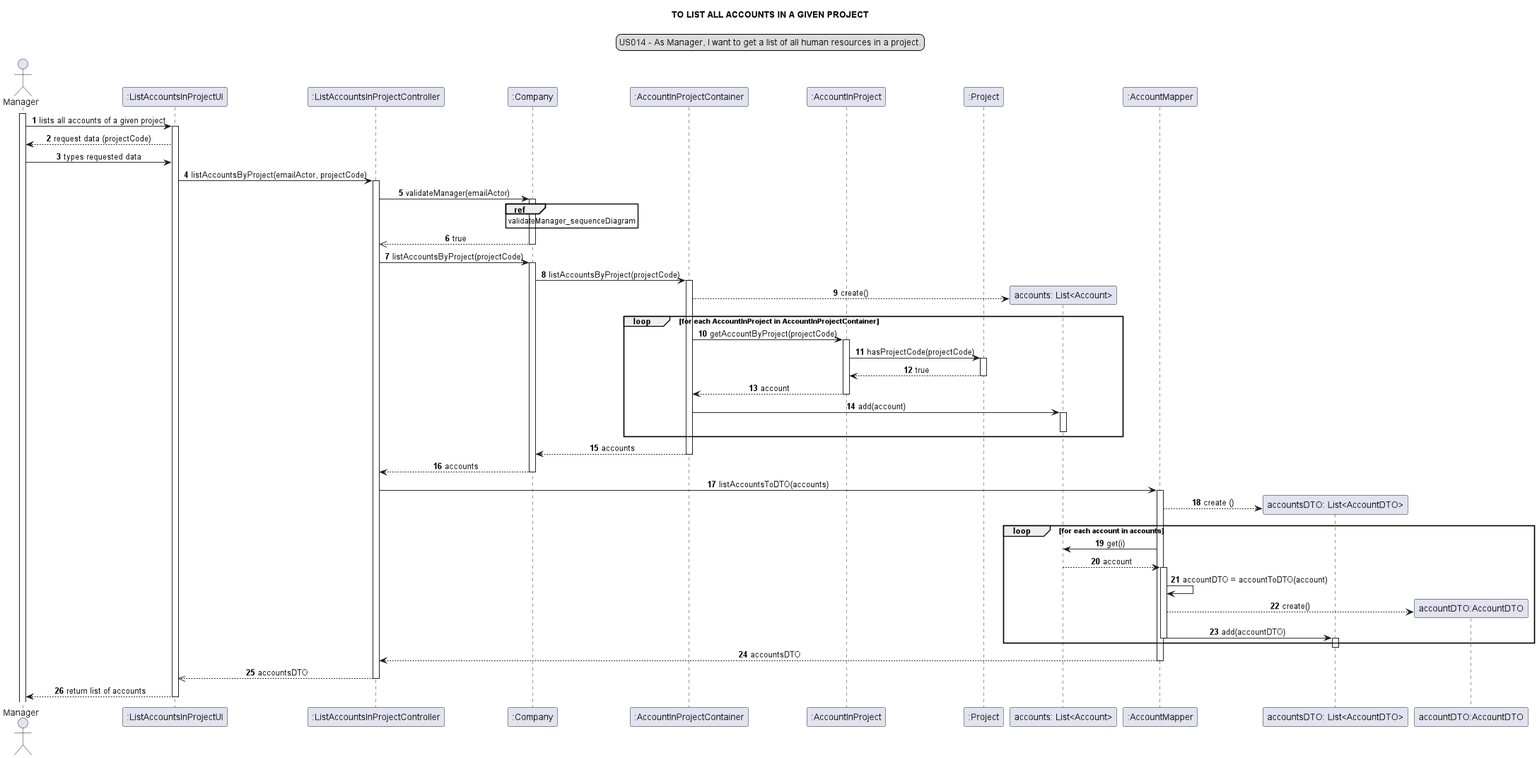
Loracline/project_switch_22-23 keeps this PlantUML diagram as docs/modelling_design/user_stories/sprint02/us014/US014_sequenceDiagram-TO_LIST_ALL_ACCOUNTS_IN_A_GIVEN_PROJECT.png. Above is the earlier version.
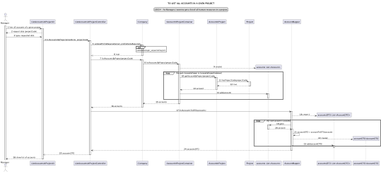
After the commit.

Diff of the diagram source:
```diff
@@ -7,14 +7,14 @@
 autonumber
 actor Manager
 participant ":ListAccountsInProjectUI" as ui
-participant ":ListAccountsInProjectController" as controller
-participant ":Company" as company
-participant ":AccountInProjectContainer" as aipc
-participant ":AccountInProject" as aip
-participant ":Project" as pr
+participant ":ListAccountsInProjectController" as ct
+participant ":Company" as c
+participant ":AccountInProjectContainer" as cn
+participant ":AccountInProject" as acip
+participant ":Project" as p
 participant "accounts: List<Account>" as list
 participant ":AccountMapper" as mapper
-participant "accountsDTO: List<AccountDTO>" as listDTO
+participant "accountsDTO: List<AccountDTO>" as listacDTO
 participant "accountDTO:AccountDTO" as DTO
 
 
@@ -23,56 +23,58 @@
 activate ui
 ui --> Manager: request data (projectCode)
 Manager -> ui: types requested data
-ui -> controller: listAccountsByProject(emailActor, projectCode)
-activate controller
-controller -> company: validateManager(emailActor)
-activate company
-ref over company: validateManager_sequenceDiagram
-company -->> controller: true
-deactivate company
-controller -> company: listAccountsByProject(projectCode)
-activate company
-company -> aipc: listAccountsByProject(projectCode)
-activate aipc
+ui -> ct: listAccountsByProject(emailActor, projectCode)
+activate ct
+ct -> c: validateProfileRequired(email, profileNameRequired)
+activate c
+ref over c: validateManager_sequenceDiagram
+c -->> ct: true
+deactivate c
+ct -> c: listAccountsByProject(projectCode)
+activate c
+c -> cn: listAccountsByProject(projectCode)
+activate cn
 create list
-aipc --> list :create()
+cn --> list :create()
 loop for each AccountInProject in AccountInProjectContainer
-aipc -> aip : getAccountByProject(projectCode)
-activate aip
-aip -> pr : hasProjectCode(projectCode)
-activate pr
-pr --> aip : true
-deactivate pr
-aip --> aipc : account
-deactivate aip
-aipc -> list : add(account)
+cn -> acip : getAccountByProject(projectCode)
+activate acip
+acip -> p : hasProjectCode(projectCode)
+activate p
+p --> acip : true
+deactivate p
+acip --> cn: account
+deactivate acip
+cn -> list : add(account)
 activate list
 deactivate list
 end loop
-aipc --> company : accounts
-deactivate aipc
-company --> controller: accounts
-deactivate company
-controller -> mapper: listAccountsToDTO(accounts)
+cn --> c : accounts
+deactivate cn
+c --> ct: accounts
+deactivate c
+ct -> mapper: listAccountsToDTO(accounts)
 activate mapper
-create listDTO
-mapper --> listDTO: create ()
+create listacDTO
+mapper --> listacDTO: create ()
 loop for each account in accounts
 mapper -> list: get(i)
+activate list
 list --> mapper: account
+deactivate list
 activate mapper
 mapper -> mapper : accountDTO = accountToDTO(account)
 create DTO
 mapper --> DTO : create()
-mapper ->listDTO :add(accountDTO)
+mapper ->listacDTO :add(accountDTO)
 deactivate mapper
-activate listDTO
+activate listacDTO
 end loop
-deactivate listDTO
-mapper --> controller :accountsDTO
+deactivate listacDTO
+mapper --> ct :accountsDTO
 deactivate mapper
-controller -->> ui: accountsDTO
-deactivate controller
-ui --> Manager: return list of accounts
+ct -->> ui: accountsDTO
+deactivate ct
+ui --> Manager: show list of accounts
 deactivate ui
 @enduml
```
